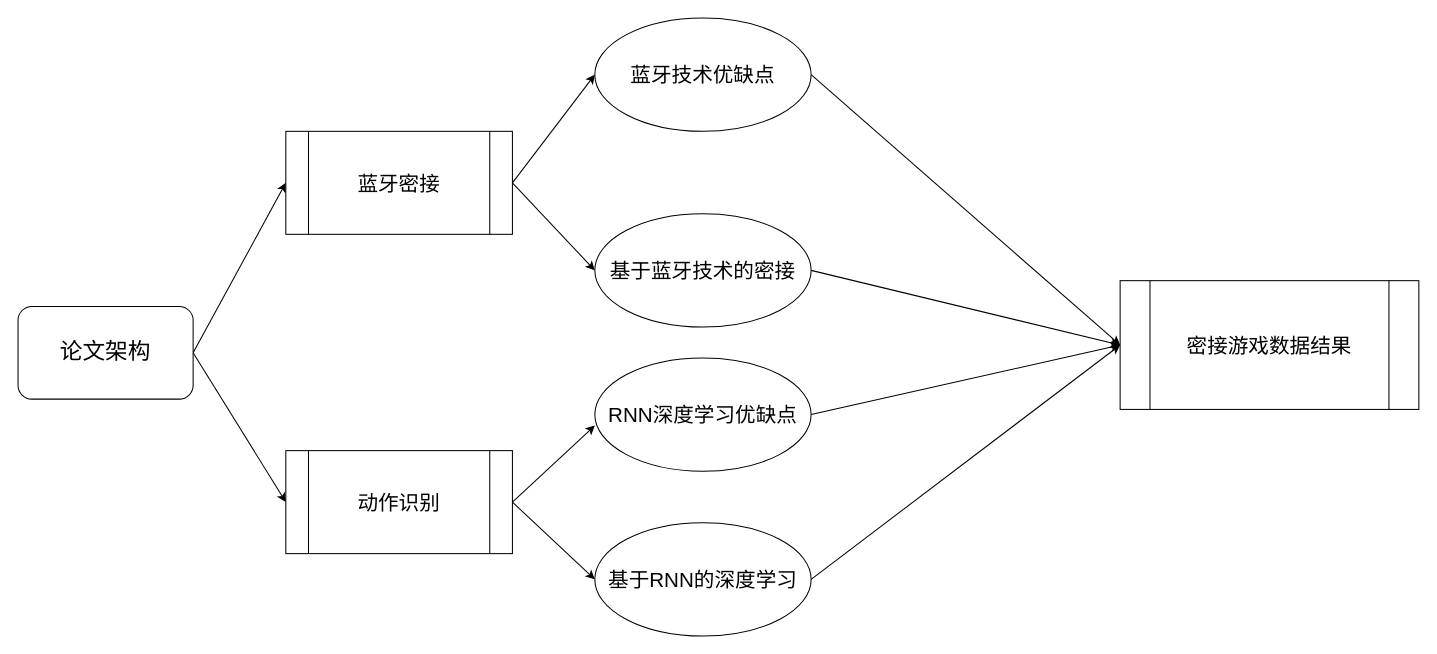
Earlier version of the draw.io diagram Week10.drawio (CharlotteE67/Innovation-practice). Source tidied: cells renumbered, new cells numbered last; positions are measured from the earlier drawing's top-left corner, leaving out a move shared by most shapes. Both pictures are drawn from the tidied source at 103%, with x=0, y=0 at pixel (18, 18).
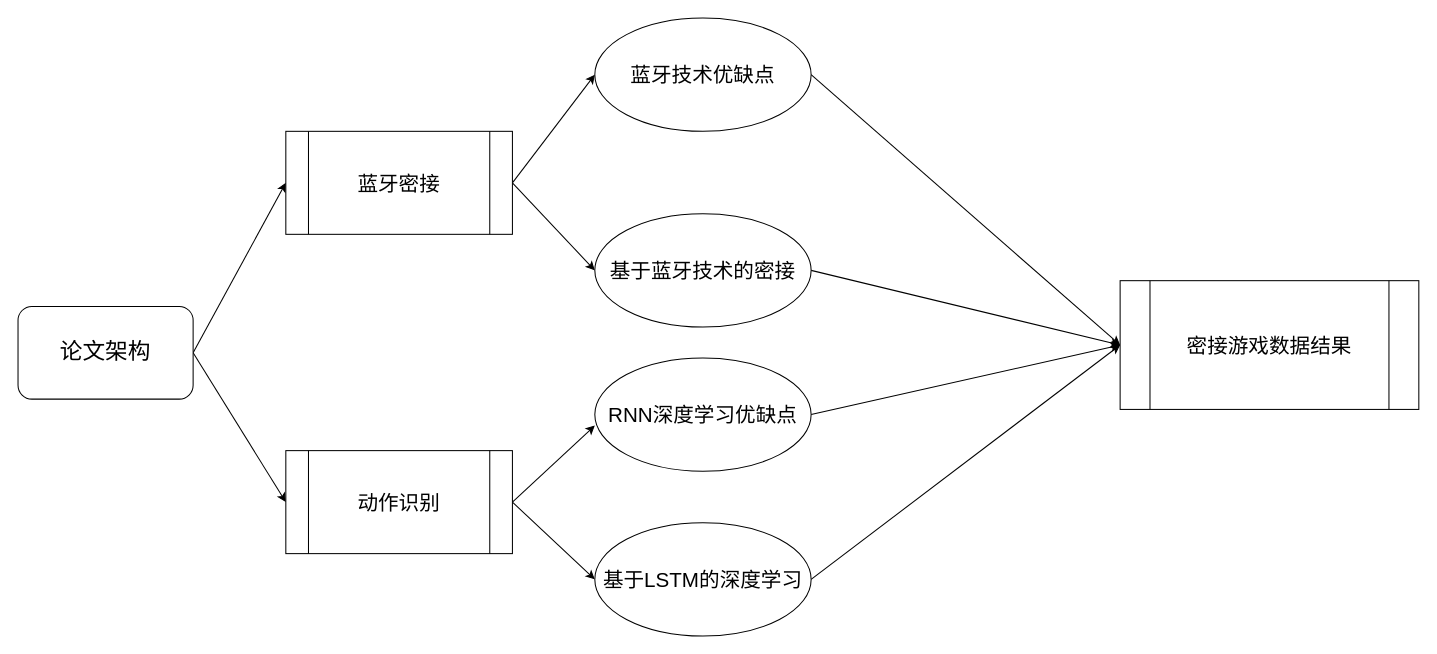
After the change.

What changed in the source:
```diff
@@
 <mxGraphModel>
   <root>
     <mxCell id="0" />
     <mxCell id="1" parent="0" />
     <mxCell id="2" style="rounded=0;jettySize=auto;html=1;exitX=1;exitY=0.5;exitDx=0;exitDy=0;entryX=0;entryY=0.5;entryDx=0;entryDy=0;" parent="1" edge="1" source="4" target="7">
       <mxGeometry relative="1" as="geometry" />
     </mxCell>
     <mxCell id="3" style="rounded=0;jettySize=auto;html=1;exitX=1;exitY=0.5;exitDx=0;exitDy=0;entryX=0;entryY=0.5;entryDx=0;entryDy=0;" parent="1" edge="1" source="4" target="10">
       <mxGeometry relative="1" as="geometry" />
     </mxCell>
     <mxCell id="4" value="&lt;span style=&quot;font-size: 22px&quot;&gt;论文架构&lt;/span&gt;" style="rounded=1;whiteSpace=wrap;html=1;" parent="1" vertex="1">
       <mxGeometry y="280" width="170" height="90" as="geometry" />
     </mxCell>
     <mxCell id="5" style="edgeStyle=none;rounded=0;jettySize=auto;html=1;exitX=1;exitY=0.5;exitDx=0;exitDy=0;entryX=0;entryY=0.5;entryDx=0;entryDy=0;" parent="1" edge="1" source="7" target="12">
       <mxGeometry relative="1" as="geometry" />
     </mxCell>
     <mxCell id="6" style="edgeStyle=none;rounded=0;jettySize=auto;html=1;exitX=1;exitY=0.5;exitDx=0;exitDy=0;entryX=0;entryY=0.5;entryDx=0;entryDy=0;" parent="1" edge="1" source="7" target="14">
       <mxGeometry relative="1" as="geometry" />
     </mxCell>
     <mxCell id="7" value="&lt;font style=&quot;font-size: 20px&quot;&gt;蓝牙密接&lt;/font&gt;" style="shape=process;whiteSpace=wrap;html=1;backgroundOutline=1;" parent="1" vertex="1">
       <mxGeometry x="260" y="110" width="220" height="100" as="geometry" />
     </mxCell>
     <mxCell id="8" style="edgeStyle=none;rounded=0;jettySize=auto;html=1;exitX=1;exitY=0.5;exitDx=0;exitDy=0;entryX=0;entryY=0.597;entryDx=0;entryDy=0;entryPerimeter=0;" parent="1" edge="1" source="10" target="16">
       <mxGeometry relative="1" as="geometry" />
     </mxCell>
     <mxCell id="9" style="edgeStyle=none;rounded=0;jettySize=auto;html=1;exitX=1;exitY=0.5;exitDx=0;exitDy=0;entryX=0;entryY=0.5;entryDx=0;entryDy=0;" parent="1" edge="1" source="10" target="18">
       <mxGeometry relative="1" as="geometry" />
     </mxCell>
     <mxCell id="10" value="&lt;font style=&quot;font-size: 20px&quot;&gt;动作识别&lt;/font&gt;" style="shape=process;whiteSpace=wrap;html=1;backgroundOutline=1;" parent="1" vertex="1">
       <mxGeometry x="260" y="420" width="220" height="100" as="geometry" />
     </mxCell>
     <mxCell id="11" style="edgeStyle=none;rounded=0;jettySize=auto;html=1;exitX=1;exitY=0.5;exitDx=0;exitDy=0;entryX=0;entryY=0.5;entryDx=0;entryDy=0;" parent="1" edge="1" source="12" target="19">
       <mxGeometry relative="1" as="geometry" />
     </mxCell>
     <mxCell id="12" value="&lt;font style=&quot;font-size: 20px&quot;&gt;蓝牙技术优缺点&lt;/font&gt;" style="ellipse;whiteSpace=wrap;html=1;" parent="1" vertex="1">
       <mxGeometry x="560" width="210" height="110" as="geometry" />
     </mxCell>
     <mxCell id="13" style="edgeStyle=none;rounded=0;jettySize=auto;html=1;exitX=1;exitY=0.5;exitDx=0;exitDy=0;entryX=0;entryY=0.5;entryDx=0;entryDy=0;" parent="1" edge="1" source="14" target="19">
       <mxGeometry relative="1" as="geometry" />
     </mxCell>
     <mxCell id="14" value="&lt;font style=&quot;font-size: 20px&quot;&gt;基于蓝牙技术的密接&lt;/font&gt;" style="ellipse;whiteSpace=wrap;html=1;" parent="1" vertex="1">
       <mxGeometry x="560" y="190" width="210" height="110" as="geometry" />
     </mxCell>
     <mxCell id="15" style="edgeStyle=none;rounded=0;jettySize=auto;html=1;exitX=1;exitY=0.5;exitDx=0;exitDy=0;entryX=0;entryY=0.5;entryDx=0;entryDy=0;" parent="1" edge="1" source="16" target="19">
       <mxGeometry relative="1" as="geometry" />
     </mxCell>
     <mxCell id="16" value="&lt;span style=&quot;font-size: 20px&quot;&gt;RNN深度学习优缺点&lt;/span&gt;" style="ellipse;whiteSpace=wrap;html=1;" parent="1" vertex="1">
       <mxGeometry x="560" y="330" width="210" height="110" as="geometry" />
     </mxCell>
     <mxCell id="17" style="edgeStyle=none;rounded=0;jettySize=auto;html=1;exitX=1;exitY=0.5;exitDx=0;exitDy=0;entryX=0;entryY=0.5;entryDx=0;entryDy=0;" parent="1" edge="1" source="18" target="19">
       <mxGeometry relative="1" as="geometry" />
     </mxCell>
-    <mxCell id="18" value="&lt;span style=&quot;font-size: 20px&quot;&gt;基于RNN的深度学习&lt;/span&gt;" style="ellipse;whiteSpace=wrap;html=1;" parent="1" vertex="1">
+    <mxCell id="18" value="&lt;span style=&quot;font-size: 20px&quot;&gt;基于LSTM的深度学习&lt;/span&gt;" style="ellipse;whiteSpace=wrap;html=1;" parent="1" vertex="1">
       <mxGeometry x="560" y="490" width="210" height="110" as="geometry" />
     </mxCell>
     <mxCell id="19" value="&lt;font style=&quot;font-size: 20px&quot;&gt;密接游戏数据结果&lt;/font&gt;" style="shape=process;whiteSpace=wrap;html=1;backgroundOutline=1;" parent="1" vertex="1">
       <mxGeometry x="1070" y="255" width="290" height="125" as="geometry" />
     </mxCell>
   </root>
 </mxGraphModel>
```
